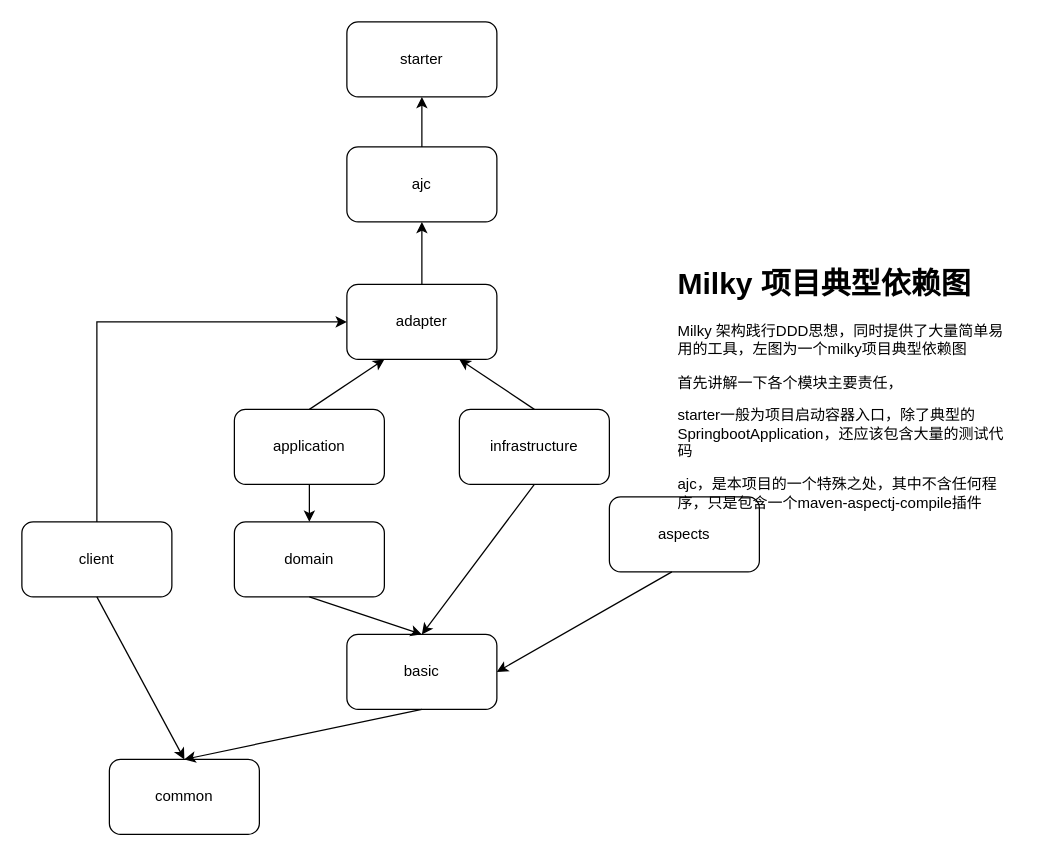
Before: page "Page-1" (1 of 2) of demo/dependency-relation.drawio in chuanghou/milky, a draw.io diagram. Source tidied: cells renumbered, new cells numbered last; positions are measured from the earlier drawing's top-left corner, leaving out a move shared by most shapes. Both pictures are drawn from the tidied source at 125%, with x=0, y=0 at pixel (21, 21).
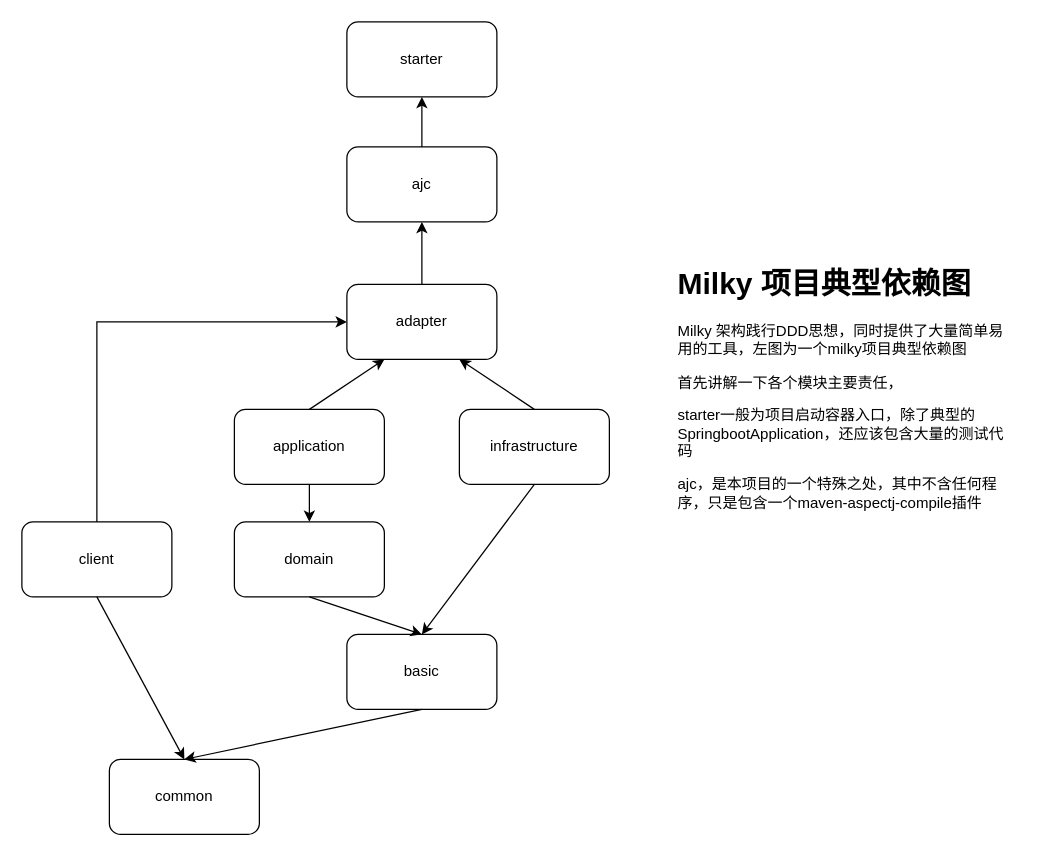
The same diagram, later.

The change refers to these unchanged cells:
```xml
<mxCell id="9" value="basic" style="rounded=1;whiteSpace=wrap;html=1;" parent="1" vertex="1">
  <mxGeometry x="260" y="490" width="120" height="60" as="geometry" />
</mxCell>
<mxCell id="19" value="&lt;h1&gt;Milky 项目典型依赖图&lt;/h1&gt;&lt;p&gt;Milky 架构践行DDD思想，同时提供了大量简单易用的工具，左图为一个milky项目典型依赖图&lt;/p&gt;&lt;p&gt;首先讲解一下各个模块主要责任，&lt;/p&gt;&lt;p&gt;starter一般为项目启动容器入口，除了典型的SpringbootApplication，还应该包含大量的测试代码&lt;/p&gt;&lt;p&gt;ajc，是本项目的一个特殊之处，其中不含任何程序，只是包含一个maven-aspectj-compile插件&lt;/p&gt;&lt;p&gt;&lt;br&gt;&lt;/p&gt;" style="text;html=1;strokeColor=none;fillColor=none;spacing=5;spacingTop=-20;whiteSpace=wrap;overflow=hidden;rounded=0;" parent="1" vertex="1">
  <mxGeometry x="520" y="190" width="280" height="390" as="geometry" />
</mxCell>
```

The edit, as a diff of the source:
```diff
@@
-    <mxCell id="18" value="aspects" style="rounded=1;whiteSpace=wrap;html=1;" parent="1" vertex="1">
-      <mxGeometry x="470" y="380" width="120" height="60" as="geometry" />
-    </mxCell>
@@
-    <mxCell id="21" style="endArrow=classic;html=1;rounded=0;exitX=0;exitY=0.641;exitDx=0;exitDy=0;entryX=1;entryY=0.5;entryDx=0;entryDy=0;exitPerimeter=0;" parent="1" edge="1" source="19" target="9">
-      <mxGeometry relative="1" as="geometry" />
-    </mxCell>
```
